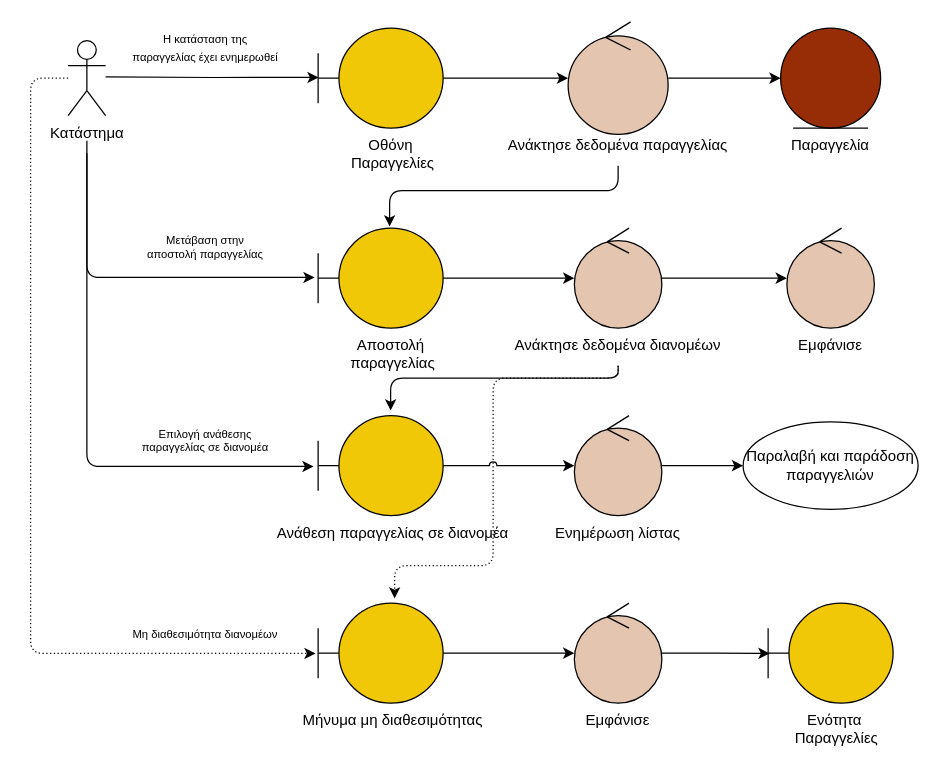
This is docs/contributions/Kout-ou/Phase 3/Shop Robustness Diagrams/Robustness drawio files/usecase3.drawio from iloudaros/nomnomr, a draw.io file, before an edit. Source tidied: cells renumbered, new cells numbered last; positions are measured from the earlier drawing's top-left corner, leaving out a move shared by most shapes. Both pictures are drawn from the tidied source at 125%, with x=0, y=0 at pixel (30, 21).
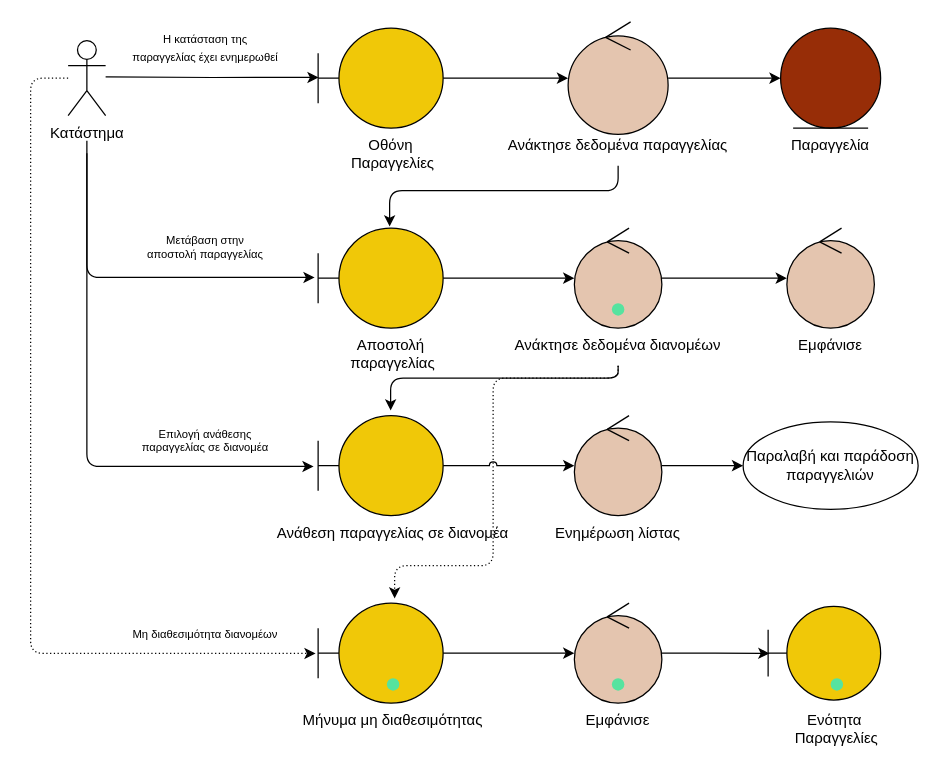
The same diagram, later.

Commit message:
Added Alt Dots to Diagram 3

What changed in the source:
```diff
@@
     <mxCell id="29" style="shape=umlBoundary;whiteSpace=wrap;html=1;fillColor=#F0C808;strokeColor=#000000;" parent="1" vertex="1">
-      <mxGeometry x="590" y="465" width="100" height="80" as="geometry" />
+      <mxGeometry x="590" y="467.5" width="90" height="75" as="geometry" />
     </mxCell>
@@
+    <mxCell id="45" style="shape=ellipse;fillColor=#56E39F;strokeColor=none;html=1;sketch=0;" parent="1" vertex="1">
+      <mxGeometry x="465" y="225" width="10" height="10" as="geometry" />
+    </mxCell>
+    <mxCell id="46" style="shape=ellipse;fillColor=#56E39F;strokeColor=none;html=1;sketch=0;" parent="1" vertex="1">
+      <mxGeometry x="285" y="525" width="10" height="10" as="geometry" />
+    </mxCell>
+    <mxCell id="47" style="shape=ellipse;fillColor=#56E39F;strokeColor=none;html=1;sketch=0;" parent="1" vertex="1">
+      <mxGeometry x="465" y="525" width="10" height="10" as="geometry" />
+    </mxCell>
+    <mxCell id="48" style="shape=ellipse;fillColor=#56E39F;strokeColor=none;html=1;sketch=0;" parent="1" vertex="1">
+      <mxGeometry x="640" y="525" width="10" height="10" as="geometry" />
+    </mxCell>
```
